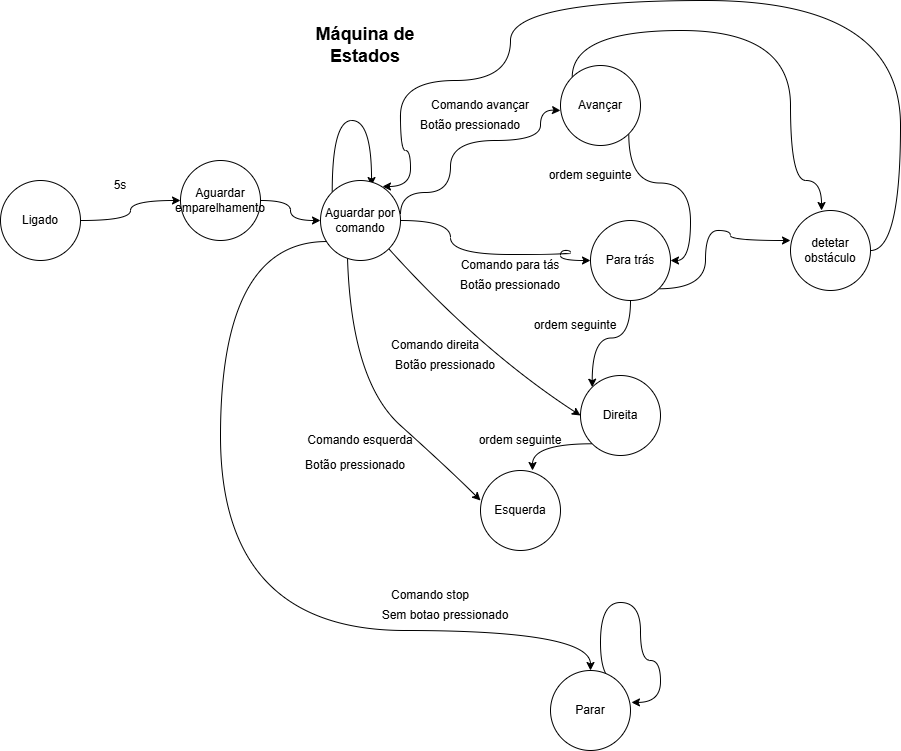
Hug0Fer/PAP-SNACKTIME keeps this draw.io diagram as Maquina de Estados.png. Above is the earlier version. Source tidied: cells renumbered, new cells last; positions are measured from the earlier drawing's top-left corner, leaving out a move shared by most shapes.
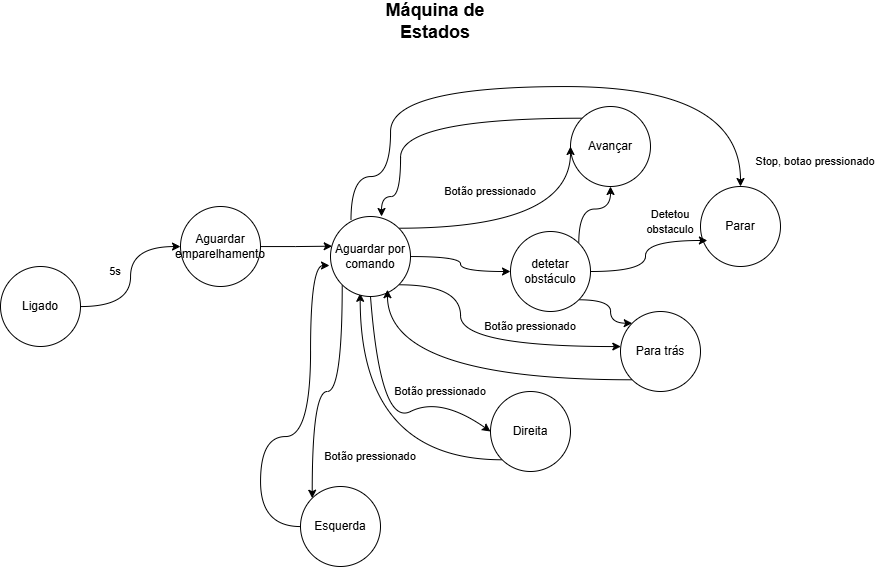
Above is the later version.

Diff of the diagram source:
```diff
@@ -6,7 +6,7 @@
       <mxGeometry relative="1" as="geometry" />
     </mxCell>
     <mxCell id="3" value="Ligado" style="ellipse;whiteSpace=wrap;html=1;" parent="1" vertex="1">
-      <mxGeometry y="180" width="80" height="80" as="geometry" />
+      <mxGeometry x="-10" y="230" width="80" height="80" as="geometry" />
     </mxCell>
     <mxCell id="4" style="edgeStyle=orthogonalEdgeStyle;rounded=0;orthogonalLoop=1;jettySize=auto;html=1;exitX=1;exitY=1;exitDx=0;exitDy=0;entryX=1;entryY=1;entryDx=0;entryDy=0;" parent="1" edge="1">
       <mxGeometry relative="1" as="geometry">
@@ -17,88 +17,40 @@
     <mxCell id="5" style="edgeStyle=orthogonalEdgeStyle;rounded=0;orthogonalLoop=1;jettySize=auto;html=1;exitX=0;exitY=0;exitDx=0;exitDy=0;entryX=0.5;entryY=0;entryDx=0;entryDy=0;" parent="1" edge="1" source="8" target="8">
       <mxGeometry relative="1" as="geometry" />
     </mxCell>
-    <mxCell id="6" style="edgeStyle=orthogonalEdgeStyle;rounded=0;jettySize=auto;html=1;exitX=0;exitY=0;exitDx=0;exitDy=0;curved=1;entryX=0.388;entryY=0;entryDx=0;entryDy=0;entryPerimeter=0;" parent="1" edge="1" source="8" target="42">
-      <mxGeometry relative="1" as="geometry">
-        <Array as="points">
-          <mxPoint x="572" y="30" />
-          <mxPoint x="790" y="30" />
-          <mxPoint x="790" y="180" />
-          <mxPoint x="821" y="180" />
-        </Array>
-      </mxGeometry>
-    </mxCell>
-    <mxCell id="7" style="edgeStyle=orthogonalEdgeStyle;rounded=0;jettySize=auto;html=1;exitX=1;exitY=1;exitDx=0;exitDy=0;entryX=1;entryY=0.5;entryDx=0;entryDy=0;curved=1;" parent="1" edge="1" source="8" target="11">
-      <mxGeometry relative="1" as="geometry" />
-    </mxCell>
+    <mxCell id="44" style="edgeStyle=orthogonalEdgeStyle;rounded=0;jettySize=auto;html=1;exitX=0;exitY=0;exitDx=0;exitDy=0;entryX=0.638;entryY=0;entryDx=0;entryDy=0;entryPerimeter=0;curved=1;" parent="1" edge="1" source="8" target="24">
+      <mxGeometry relative="1" as="geometry">
+        <Array as="points">
+          <mxPoint x="390" y="82" />
+          <mxPoint x="390" y="160" />
+          <mxPoint x="371" y="160" />
+        </Array>
+      </mxGeometry>
+    </mxCell>
     <mxCell id="8" value="Avançar" style="ellipse;whiteSpace=wrap;html=1;" parent="1" vertex="1">
-      <mxGeometry x="560" y="65" width="80" height="80" as="geometry" />
+      <mxGeometry x="560" y="70" width="80" height="80" as="geometry" />
     </mxCell>
-    <mxCell id="9" style="edgeStyle=orthogonalEdgeStyle;rounded=0;jettySize=auto;html=1;entryX=0;entryY=0;entryDx=0;entryDy=0;curved=1;" parent="1" edge="1" source="11" target="12">
-      <mxGeometry relative="1" as="geometry" />
-    </mxCell>
-    <mxCell id="10" style="edgeStyle=orthogonalEdgeStyle;rounded=0;jettySize=auto;html=1;exitX=1;exitY=1;exitDx=0;exitDy=0;entryX=0;entryY=0.375;entryDx=0;entryDy=0;entryPerimeter=0;curved=1;" parent="1" edge="1" source="11" target="42">
-      <mxGeometry relative="1" as="geometry">
-        <Array as="points">
-          <mxPoint x="705" y="288" />
-          <mxPoint x="705" y="230" />
-          <mxPoint x="730" y="230" />
-          <mxPoint x="730" y="240" />
-        </Array>
-      </mxGeometry>
-    </mxCell>
     <mxCell id="11" value="Para trás" style="ellipse;whiteSpace=wrap;html=1;" parent="1" vertex="1">
-      <mxGeometry x="590" y="220" width="80" height="80" as="geometry" />
+      <mxGeometry x="610" y="275" width="80" height="80" as="geometry" />
     </mxCell>
+    <mxCell id="45" style="edgeStyle=orthogonalEdgeStyle;rounded=0;jettySize=auto;html=1;exitX=0;exitY=1;exitDx=0;exitDy=0;curved=1;entryX=0.371;entryY=0.96;entryDx=0;entryDy=0;entryPerimeter=0;" parent="1" edge="1" source="12" target="24">
+      <mxGeometry relative="1" as="geometry" />
+    </mxCell>
     <mxCell id="12" value="Direita" style="ellipse;whiteSpace=wrap;html=1;" parent="1" vertex="1">
-      <mxGeometry x="580" y="375" width="80" height="80" as="geometry" />
+      <mxGeometry x="480" y="355" width="80" height="80" as="geometry" />
     </mxCell>
     <mxCell id="13" value="Esquerda" style="ellipse;whiteSpace=wrap;html=1;" parent="1" vertex="1">
-      <mxGeometry x="480" y="470" width="80" height="80" as="geometry" />
+      <mxGeometry x="290" y="450" width="80" height="80" as="geometry" />
     </mxCell>
-    <mxCell id="14" style="edgeStyle=orthogonalEdgeStyle;rounded=0;orthogonalLoop=1;jettySize=auto;html=1;exitX=1;exitY=0;exitDx=0;exitDy=0;curved=1;entryX=1.012;entryY=0.399;entryDx=0;entryDy=0;entryPerimeter=0;" parent="1" edge="1" source="15" target="15">
-      <mxGeometry relative="1" as="geometry">
-        <Array as="points">
-          <mxPoint x="600" y="682" />
-          <mxPoint x="600" y="602" />
-          <mxPoint x="640" y="602" />
-          <mxPoint x="640" y="660" />
-          <mxPoint x="660" y="660" />
-          <mxPoint x="660" y="702" />
-        </Array>
-      </mxGeometry>
-    </mxCell>
-    <mxCell id="15" value="Parar" style="ellipse;whiteSpace=wrap;html=1;" parent="1" vertex="1">
-      <mxGeometry x="550" y="670" width="80" height="80" as="geometry" />
-    </mxCell>
-    <mxCell id="16" style="edgeStyle=orthogonalEdgeStyle;rounded=0;jettySize=auto;html=1;curved=1;exitX=1;exitY=0.5;exitDx=0;exitDy=0;entryX=0;entryY=0.5;entryDx=0;entryDy=0;" parent="1" edge="1" source="24" target="11">
-      <mxGeometry relative="1" as="geometry">
-        <Array as="points">
-          <mxPoint x="450" y="220" />
-          <mxPoint x="450" y="254" />
-          <mxPoint x="570" y="254" />
-          <mxPoint x="570" y="250" />
-          <mxPoint x="560" y="250" />
-          <mxPoint x="560" y="260" />
-        </Array>
-      </mxGeometry>
-    </mxCell>
-    <mxCell id="17" style="endArrow=classic;html=1;rounded=0;entryX=0;entryY=0.5;entryDx=0;entryDy=0;exitX=1;exitY=1;exitDx=0;exitDy=0;curved=1;" parent="1" edge="1" source="24" target="12">
+    <mxCell id="17" style="endArrow=classic;html=1;rounded=0;entryX=0;entryY=0.5;entryDx=0;entryDy=0;exitX=0.5;exitY=1;exitDx=0;exitDy=0;curved=1;" parent="1" edge="1" source="24" target="12">
       <mxGeometry relative="1" as="geometry">
         <Array as="points">
-          <mxPoint x="480" y="350" />
+          <mxPoint x="370" y="390" />
+          <mxPoint x="430" y="360" />
         </Array>
       </mxGeometry>
     </mxCell>
-    <mxCell id="18" style="endArrow=classic;html=1;rounded=0;entryX=0;entryY=0.375;entryDx=0;entryDy=0;exitX=0.336;exitY=0.913;exitDx=0;exitDy=0;entryPerimeter=0;exitPerimeter=0;curved=1;" parent="1" edge="1" source="24" target="13">
-      <mxGeometry relative="1" as="geometry">
-        <Array as="points">
-          <mxPoint x="350" y="380" />
-          <mxPoint x="450" y="470" />
-        </Array>
-      </mxGeometry>
-    </mxCell>
     <mxCell id="19" value="&lt;b&gt;&lt;font style=&quot;font-size: 18px;&quot;&gt;Máquina de Estados&lt;/font&gt;&lt;/b&gt;" style="text;html=1;whiteSpace=wrap;strokeColor=none;fillColor=none;align=center;verticalAlign=middle;rounded=0;" parent="1" vertex="1">
-      <mxGeometry x="300" y="30" width="130" height="30" as="geometry" />
+      <mxGeometry x="360" y="-30" width="130" height="30" as="geometry" />
     </mxCell>
     <mxCell id="20" style="edgeStyle=orthogonalEdgeStyle;rounded=0;orthogonalLoop=1;jettySize=auto;html=1;exitX=0.5;exitY=1;exitDx=0;exitDy=0;" parent="1" edge="1">
       <mxGeometry relative="1" as="geometry">
@@ -106,104 +58,95 @@
         <mxPoint x="414" y="340" as="targetPoint" />
       </mxGeometry>
     </mxCell>
-    <mxCell id="21" style="edgeStyle=orthogonalEdgeStyle;rounded=0;jettySize=auto;html=1;exitX=1;exitY=0.425;exitDx=0;exitDy=0;curved=1;exitPerimeter=0;" parent="1" edge="1" source="24">
-      <mxGeometry relative="1" as="geometry">
-        <mxPoint x="560" y="110" as="targetPoint" />
-        <Array as="points">
-          <mxPoint x="400" y="192" />
-          <mxPoint x="450" y="192" />
-          <mxPoint x="450" y="140" />
-          <mxPoint x="540" y="140" />
-          <mxPoint x="540" y="109" />
-        </Array>
-      </mxGeometry>
-    </mxCell>
+    <mxCell id="46" style="edgeStyle=orthogonalEdgeStyle;rounded=0;jettySize=auto;html=1;entryX=0;entryY=0.5;entryDx=0;entryDy=0;curved=1;" parent="1" edge="1" source="24" target="42">
+      <mxGeometry relative="1" as="geometry" />
+    </mxCell>
-    <mxCell id="22" style="edgeStyle=orthogonalEdgeStyle;rounded=0;jettySize=auto;html=1;curved=1;exitX=0.075;exitY=0.763;exitDx=0;exitDy=0;exitPerimeter=0;" parent="1" edge="1" source="24" target="15">
+    <mxCell id="22" style="edgeStyle=orthogonalEdgeStyle;rounded=0;jettySize=auto;html=1;entryX=0.5;entryY=0;entryDx=0;entryDy=0;curved=1;exitX=0.256;exitY=0.048;exitDx=0;exitDy=0;exitPerimeter=0;" parent="1" edge="1" source="24" target="15">
       <mxGeometry relative="1" as="geometry">
         <Array as="points">
-          <mxPoint x="220" y="241" />
-          <mxPoint x="220" y="630" />
+          <mxPoint x="340" y="140" />
+          <mxPoint x="380" y="140" />
+          <mxPoint x="380" y="50" />
+          <mxPoint x="730" y="50" />
         </Array>
       </mxGeometry>
     </mxCell>
-    <mxCell id="23" style="edgeStyle=orthogonalEdgeStyle;rounded=0;orthogonalLoop=1;jettySize=auto;html=1;exitX=0;exitY=0;exitDx=0;exitDy=0;curved=1;entryX=0.638;entryY=0.063;entryDx=0;entryDy=0;entryPerimeter=0;" parent="1" edge="1" source="24" target="24">
-      <mxGeometry relative="1" as="geometry">
-        <Array as="points">
-          <mxPoint x="332" y="120" />
-          <mxPoint x="371" y="120" />
-        </Array>
-      </mxGeometry>
-    </mxCell>
+    <mxCell id="47" style="edgeStyle=orthogonalEdgeStyle;rounded=0;jettySize=auto;html=1;exitX=1;exitY=0;exitDx=0;exitDy=0;entryX=0;entryY=0.5;entryDx=0;entryDy=0;curved=1;" parent="1" edge="1" source="24" target="8">
+      <mxGeometry relative="1" as="geometry">
+        <Array as="points">
+          <mxPoint x="560" y="192" />
+        </Array>
+      </mxGeometry>
+    </mxCell>
+    <mxCell id="16" style="edgeStyle=orthogonalEdgeStyle;rounded=0;jettySize=auto;html=1;exitX=1;exitY=1;exitDx=0;exitDy=0;curved=1;" parent="1" edge="1" source="24" target="11">
+      <mxGeometry relative="1" as="geometry">
+        <Array as="points">
+          <mxPoint x="450" y="248" />
+          <mxPoint x="450" y="310" />
+        </Array>
+      </mxGeometry>
+    </mxCell>
+    <mxCell id="18" style="edgeStyle=orthogonalEdgeStyle;rounded=0;jettySize=auto;html=1;entryX=0;entryY=0;entryDx=0;entryDy=0;curved=1;exitX=0;exitY=1;exitDx=0;exitDy=0;" parent="1" edge="1" source="24" target="13">
+      <mxGeometry relative="1" as="geometry" />
+    </mxCell>
     <mxCell id="24" value="Aguardar por comando" style="ellipse;whiteSpace=wrap;html=1;" parent="1" vertex="1">
       <mxGeometry x="320" y="180" width="80" height="80" as="geometry" />
     </mxCell>
-    <mxCell id="25" value="5s" style="text;html=1;whiteSpace=wrap;strokeColor=none;fillColor=none;align=center;verticalAlign=middle;rounded=0;" parent="1" vertex="1">
-      <mxGeometry x="100" y="170" width="40" height="30" as="geometry" />
+    <mxCell id="25" value="&lt;font style=&quot;font-size: 11px;&quot;&gt;5s&lt;/font&gt;" style="text;html=1;whiteSpace=wrap;strokeColor=none;fillColor=none;align=center;verticalAlign=middle;rounded=0;" parent="1" vertex="1">
+      <mxGeometry x="85" y="220" width="40" height="30" as="geometry" />
     </mxCell>
-    <mxCell id="26" value="Comando avançar" style="text;html=1;whiteSpace=wrap;strokeColor=none;fillColor=none;align=center;verticalAlign=middle;rounded=0;" parent="1" vertex="1">
-      <mxGeometry x="420" y="90" width="120" height="30" as="geometry" />
-    </mxCell>
-    <mxCell id="27" value="Botão pressionado" style="text;html=1;whiteSpace=wrap;strokeColor=none;fillColor=none;align=center;verticalAlign=middle;rounded=0;" parent="1" vertex="1">
-      <mxGeometry x="410" y="110" width="120" height="30" as="geometry" />
+    <mxCell id="27" value="&lt;font style=&quot;font-size: 11px;&quot;&gt;Botão pressionado&lt;/font&gt;" style="text;html=1;whiteSpace=wrap;strokeColor=none;fillColor=none;align=center;verticalAlign=middle;rounded=0;" parent="1" vertex="1">
+      <mxGeometry x="420" y="140" width="120" height="30" as="geometry" />
     </mxCell>
-    <mxCell id="28" style="edgeStyle=orthogonalEdgeStyle;rounded=0;jettySize=auto;html=1;entryX=0;entryY=0.5;entryDx=0;entryDy=0;curved=1;" parent="1" edge="1" source="29" target="24">
+    <mxCell id="28" style="edgeStyle=orthogonalEdgeStyle;rounded=0;jettySize=auto;html=1;entryX=0.021;entryY=0.371;entryDx=0;entryDy=0;curved=1;entryPerimeter=0;" parent="1" edge="1" source="29" target="24">
       <mxGeometry relative="1" as="geometry" />
     </mxCell>
     <mxCell id="29" value="Aguardar emparelhamento" style="ellipse;whiteSpace=wrap;html=1;" parent="1" vertex="1">
-      <mxGeometry x="180" y="160" width="80" height="80" as="geometry" />
+      <mxGeometry x="170" y="170" width="80" height="80" as="geometry" />
     </mxCell>
-    <mxCell id="30" value="Sem botao pressionado" style="text;html=1;whiteSpace=wrap;strokeColor=none;fillColor=none;align=center;verticalAlign=middle;rounded=0;" parent="1" vertex="1">
-      <mxGeometry x="370" y="600" width="150" height="30" as="geometry" />
+    <mxCell id="30" value="&lt;font style=&quot;font-size: 11px;&quot;&gt;Stop, botao pressionado&lt;/font&gt;" style="text;html=1;whiteSpace=wrap;strokeColor=none;fillColor=none;align=center;verticalAlign=middle;rounded=0;" parent="1" vertex="1">
+      <mxGeometry x="735" y="110" width="140" height="30" as="geometry" />
     </mxCell>
-    <mxCell id="31" value="Botão pressionado" style="text;html=1;whiteSpace=wrap;strokeColor=none;fillColor=none;align=center;verticalAlign=middle;rounded=0;" parent="1" vertex="1">
-      <mxGeometry x="385" y="350" width="120" height="30" as="geometry" />
+    <mxCell id="31" value="&lt;font style=&quot;font-size: 11px;&quot;&gt;Botão pressionado&lt;/font&gt;" style="text;html=1;whiteSpace=wrap;strokeColor=none;fillColor=none;align=center;verticalAlign=middle;rounded=0;" parent="1" vertex="1">
+      <mxGeometry x="460" y="275" width="120" height="30" as="geometry" />
     </mxCell>
-    <mxCell id="32" value="Botão pressionado" style="text;html=1;whiteSpace=wrap;strokeColor=none;fillColor=none;align=center;verticalAlign=middle;rounded=0;" parent="1" vertex="1">
-      <mxGeometry x="450" y="270" width="120" height="30" as="geometry" />
+    <mxCell id="32" value="&lt;font style=&quot;font-size: 11px;&quot;&gt;Botão pressionado&lt;/font&gt;" style="text;html=1;whiteSpace=wrap;strokeColor=none;fillColor=none;align=center;verticalAlign=middle;rounded=0;" parent="1" vertex="1">
+      <mxGeometry x="370" y="340" width="120" height="30" as="geometry" />
     </mxCell>
-    <mxCell id="33" value="Botão pressionado" style="text;html=1;whiteSpace=wrap;strokeColor=none;fillColor=none;align=center;verticalAlign=middle;rounded=0;" parent="1" vertex="1">
-      <mxGeometry x="295" y="450" width="120" height="30" as="geometry" />
+    <mxCell id="33" value="&lt;font style=&quot;font-size: 11px;&quot;&gt;Botão pressionado&lt;/font&gt;" style="text;html=1;whiteSpace=wrap;strokeColor=none;fillColor=none;align=center;verticalAlign=middle;rounded=0;" parent="1" vertex="1">
+      <mxGeometry x="300" y="405" width="120" height="30" as="geometry" />
     </mxCell>
-    <mxCell id="34" value="Comando para tás" style="text;html=1;whiteSpace=wrap;strokeColor=none;fillColor=none;align=center;verticalAlign=middle;rounded=0;" parent="1" vertex="1">
-      <mxGeometry x="450" y="250" width="120" height="30" as="geometry" />
-    </mxCell>
-    <mxCell id="35" value="Comando direita" style="text;html=1;whiteSpace=wrap;strokeColor=none;fillColor=none;align=center;verticalAlign=middle;rounded=0;" parent="1" vertex="1">
-      <mxGeometry x="380" y="330" width="110" height="30" as="geometry" />
-    </mxCell>
-    <mxCell id="36" value="Comando esquerda" style="text;html=1;whiteSpace=wrap;strokeColor=none;fillColor=none;align=center;verticalAlign=middle;rounded=0;" parent="1" vertex="1">
-      <mxGeometry x="295" y="425" width="130" height="30" as="geometry" />
-    </mxCell>
-    <mxCell id="37" value="ordem seguinte" style="text;html=1;whiteSpace=wrap;strokeColor=none;fillColor=none;align=center;verticalAlign=middle;rounded=0;" parent="1" vertex="1">
-      <mxGeometry x="535" y="160" width="110" height="30" as="geometry" />
-    </mxCell>
-    <mxCell id="38" value="ordem seguinte" style="text;html=1;whiteSpace=wrap;strokeColor=none;fillColor=none;align=center;verticalAlign=middle;rounded=0;" parent="1" vertex="1">
-      <mxGeometry x="520" y="310" width="110" height="30" as="geometry" />
-    </mxCell>
-    <mxCell id="39" value="ordem seguinte" style="text;html=1;whiteSpace=wrap;strokeColor=none;fillColor=none;align=center;verticalAlign=middle;rounded=0;" parent="1" vertex="1">
-      <mxGeometry x="465" y="425" width="110" height="30" as="geometry" />
-    </mxCell>
-    <mxCell id="40" value="Comando stop" style="text;html=1;whiteSpace=wrap;strokeColor=none;fillColor=none;align=center;verticalAlign=middle;rounded=0;" parent="1" vertex="1">
-      <mxGeometry x="380" y="580" width="100" height="30" as="geometry" />
-    </mxCell>
-    <mxCell id="41" style="edgeStyle=orthogonalEdgeStyle;rounded=0;jettySize=auto;html=1;entryX=0.775;entryY=0.075;entryDx=0;entryDy=0;curved=1;entryPerimeter=0;" parent="1" edge="1" source="42" target="24">
-      <mxGeometry relative="1" as="geometry">
-        <Array as="points">
-          <mxPoint x="900" y="250" />
-          <mxPoint x="900" />
-          <mxPoint x="510" />
-          <mxPoint x="510" y="80" />
-          <mxPoint x="400" y="80" />
-          <mxPoint x="400" y="150" />
-          <mxPoint x="410" y="150" />
-          <mxPoint x="410" y="186" />
-        </Array>
-      </mxGeometry>
-    </mxCell>
+    <mxCell id="48" style="edgeStyle=orthogonalEdgeStyle;rounded=0;jettySize=auto;html=1;exitX=1;exitY=1;exitDx=0;exitDy=0;entryX=0;entryY=0;entryDx=0;entryDy=0;curved=1;" parent="1" edge="1" source="42" target="11">
+      <mxGeometry relative="1" as="geometry" />
+    </mxCell>
+    <mxCell id="49" style="edgeStyle=orthogonalEdgeStyle;rounded=0;jettySize=auto;html=1;exitX=1;exitY=0;exitDx=0;exitDy=0;entryX=0.5;entryY=1;entryDx=0;entryDy=0;curved=1;" parent="1" edge="1" source="42" target="8">
+      <mxGeometry relative="1" as="geometry" />
+    </mxCell>
     <mxCell id="42" value="detetar obstáculo" style="ellipse;whiteSpace=wrap;html=1;" parent="1" vertex="1">
-      <mxGeometry x="790" y="210" width="80" height="80" as="geometry" />
+      <mxGeometry x="500" y="195" width="80" height="80" as="geometry" />
     </mxCell>
-    <mxCell id="43" style="edgeStyle=orthogonalEdgeStyle;rounded=0;jettySize=auto;html=1;exitX=0;exitY=1;exitDx=0;exitDy=0;entryX=0.65;entryY=0;entryDx=0;entryDy=0;entryPerimeter=0;curved=1;" parent="1" edge="1" source="12" target="13">
-      <mxGeometry relative="1" as="geometry" />
-    </mxCell>
+    <mxCell id="15" value="Parar" style="ellipse;whiteSpace=wrap;html=1;" parent="1" vertex="1">
+      <mxGeometry x="690" y="150" width="80" height="80" as="geometry" />
+    </mxCell>
+    <mxCell id="50" style="edgeStyle=orthogonalEdgeStyle;rounded=0;jettySize=auto;html=1;entryX=0.086;entryY=0.675;entryDx=0;entryDy=0;entryPerimeter=0;curved=1;" parent="1" edge="1" source="42" target="15">
+      <mxGeometry relative="1" as="geometry" />
+    </mxCell>
+    <mxCell id="51" value="&lt;font style=&quot;font-size: 11px;&quot;&gt;Detetou obstaculo&lt;/font&gt;" style="text;html=1;whiteSpace=wrap;strokeColor=none;fillColor=none;align=center;verticalAlign=middle;rounded=0;" parent="1" vertex="1">
+      <mxGeometry x="630" y="170" width="60" height="30" as="geometry" />
+    </mxCell>
+    <mxCell id="52" style="edgeStyle=orthogonalEdgeStyle;rounded=0;jettySize=auto;html=1;exitX=0;exitY=1;exitDx=0;exitDy=0;entryX=0.712;entryY=0.915;entryDx=0;entryDy=0;entryPerimeter=0;curved=1;" parent="1" edge="1" source="11" target="24">
+      <mxGeometry relative="1" as="geometry" />
+    </mxCell>
+    <mxCell id="53" style="edgeStyle=orthogonalEdgeStyle;rounded=0;jettySize=auto;html=1;curved=1;" parent="1" edge="1" source="13">
+      <mxGeometry relative="1" as="geometry">
+        <mxPoint x="319" y="230" as="targetPoint" />
+        <Array as="points">
+          <mxPoint x="250" y="490" />
+          <mxPoint x="250" y="400" />
+          <mxPoint x="300" y="400" />
+          <mxPoint x="300" y="229" />
+        </Array>
+      </mxGeometry>
+    </mxCell>
   </root>
 </mxGraphModel>
```
